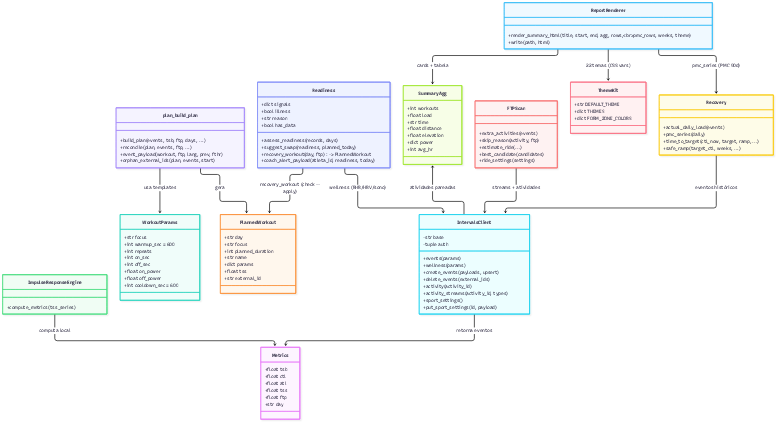
This is docs/diagramas/classes.png from valdelin/Hermes-coach, a Mermaid export, as it was before one commit. Its source is kept beside it as docs/diagramas/classes.mmd.
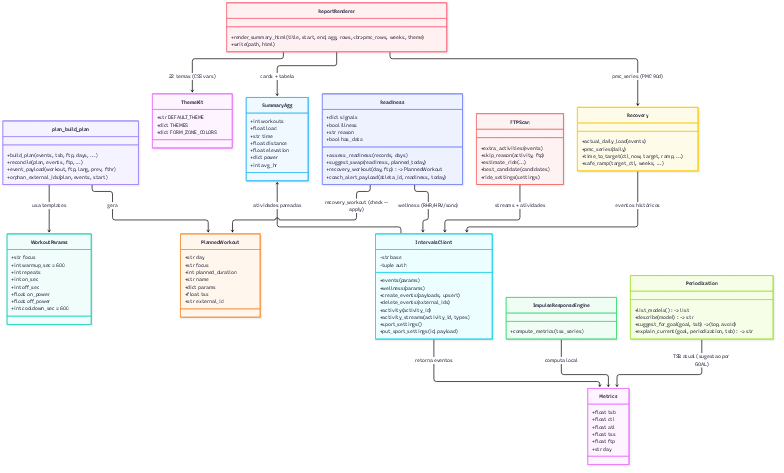
Above is the later version.

The edit, as a diff of the source:
```diff
@@ -70,6 +70,12 @@
         +recovery_workout(day, ftp) -> PlannedWorkout
         +coach_alert_payload(atleta_id, readiness, today)
     }
+    class Periodization {
+        +list_models() -> list
+        +describe(model) -> str
+        +suggest_for_goal(goal, tsb) -> (top, avoid)
+        +explain_current(goal, periodization, tsb) -> str
+    }
     class SummaryAgg {
         +int workouts
         +float load
@@ -97,6 +103,7 @@
     Recovery --> IntervalsClient : eventos históricos
     Readiness --> IntervalsClient : wellness (RHR/HRV/sono)
     Readiness --> PlannedWorkout : recovery_workout (check --apply)
+    Periodization --> Metrics : TSB atual (sugestao por GOAL)
     SummaryAgg <-- IntervalsClient : atividades pareadas
     ReportRenderer --> ThemeKit : 22 temas (CSS vars)
     ReportRenderer --> SummaryAgg : cards + tabela
```
